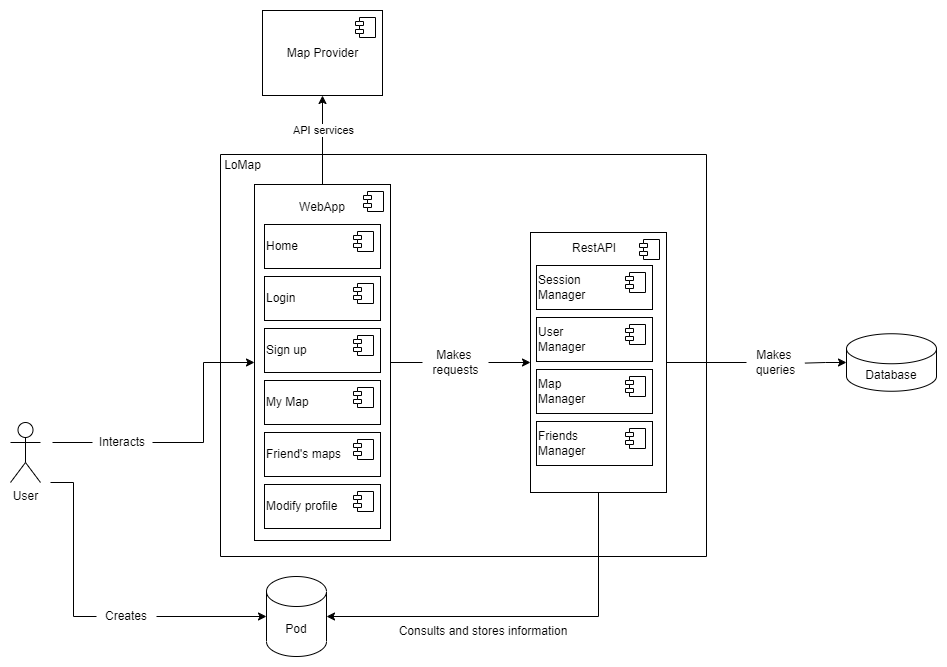
Arquisoft/lomap_es2c keeps this draw.io diagram as docs/images/05_Level_3.png. Above is the earlier version. Source tidied: cells renumbered, new cells last; positions are measured from the earlier drawing's top-left corner, leaving out a move shared by most shapes.
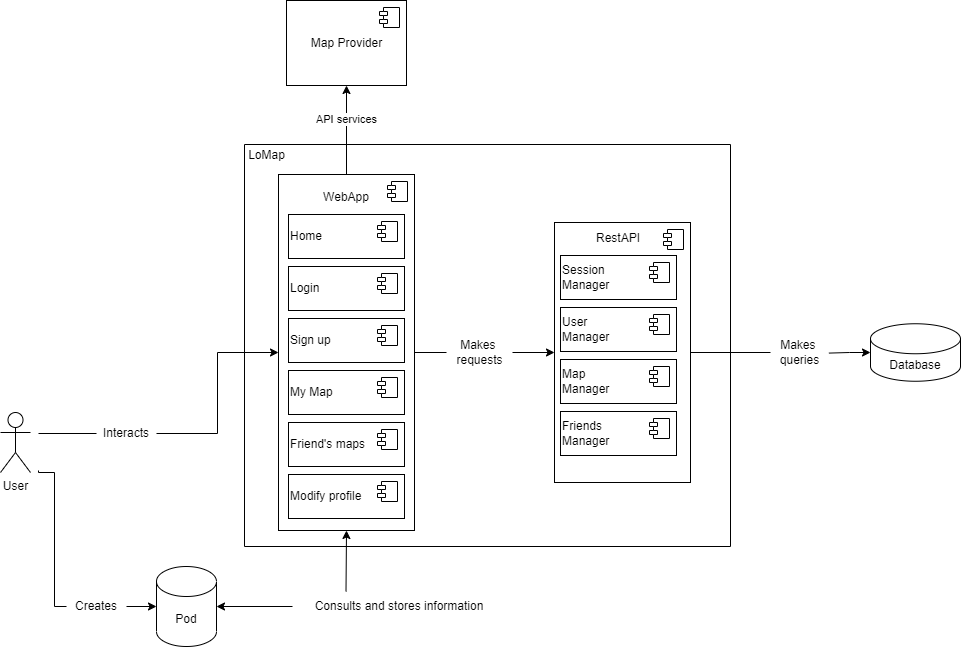
After the commit.

Change to the diagram source:
```diff
@@ -3,7 +3,7 @@
     <mxCell id="0" />
     <mxCell id="1" parent="0" />
     <mxCell id="2" value="Pod" style="shape=cylinder3;whiteSpace=wrap;html=1;boundedLbl=1;backgroundOutline=1;size=15;" parent="1" vertex="1">
-      <mxGeometry x="256" y="566" width="60" height="80" as="geometry" />
+      <mxGeometry x="122" y="566" width="60" height="80" as="geometry" />
     </mxCell>
     <mxCell id="3" style="edgeStyle=orthogonalEdgeStyle;rounded=0;jettySize=auto;html=1;startArrow=none;" parent="1" edge="1" source="44" target="9">
       <mxGeometry relative="1" as="geometry" />
@@ -12,7 +12,7 @@
       <mxGeometry relative="1" as="geometry" />
     </mxCell>
     <mxCell id="5" value="User" style="shape=umlActor;verticalLabelPosition=bottom;verticalAlign=top;html=1;" parent="1" vertex="1">
-      <mxGeometry y="412" width="30" height="60" as="geometry" />
+      <mxGeometry x="-34" y="412" width="30" height="60" as="geometry" />
     </mxCell>
     <mxCell id="6" style="swimlane;startSize=0;" parent="1" vertex="1">
       <mxGeometry x="210" y="144" width="486" height="402" as="geometry" />
@@ -155,25 +155,29 @@
     </mxCell>
     <mxCell id="43" style="edgeStyle=orthogonalEdgeStyle;rounded=0;jettySize=auto;html=1;endArrow=none;" parent="1" edge="1" target="44">
       <mxGeometry relative="1" as="geometry">
-        <mxPoint x="42" y="432" as="sourcePoint" />
+        <mxPoint x="4" y="433" as="sourcePoint" />
       </mxGeometry>
     </mxCell>
     <mxCell id="44" value="Interacts" style="text;html=1;strokeColor=none;fillColor=none;align=center;verticalAlign=middle;whiteSpace=wrap;rounded=0;" parent="1" vertex="1">
-      <mxGeometry x="82" y="417" width="60" height="30" as="geometry" />
+      <mxGeometry x="62" y="418" width="60" height="30" as="geometry" />
     </mxCell>
     <mxCell id="45" style="edgeStyle=orthogonalEdgeStyle;rounded=0;jettySize=auto;html=1;entryX=0;entryY=0.5;entryDx=0;entryDy=0;entryPerimeter=0;endArrow=none;" parent="1" edge="1" target="46">
       <mxGeometry relative="1" as="geometry">
-        <mxPoint x="40" y="472" as="sourcePoint" />
+        <mxPoint x="4" y="470" as="sourcePoint" />
+        <Array as="points">
+          <mxPoint x="20" y="472" />
+          <mxPoint x="20" y="606" />
+        </Array>
       </mxGeometry>
     </mxCell>
     <mxCell id="46" value="Creates" style="text;html=1;strokeColor=none;fillColor=none;align=center;verticalAlign=middle;whiteSpace=wrap;rounded=0;" parent="1" vertex="1">
-      <mxGeometry x="86" y="591" width="60" height="30" as="geometry" />
+      <mxGeometry x="32" y="591" width="60" height="30" as="geometry" />
     </mxCell>
-    <mxCell id="47" style="edgeStyle=orthogonalEdgeStyle;rounded=0;jettySize=auto;html=1;exitX=0.5;exitY=1;exitDx=0;exitDy=0;entryX=1;entryY=0.5;entryDx=0;entryDy=0;entryPerimeter=0;" parent="1" edge="1" source="24" target="2">
+    <mxCell id="47" style="edgeStyle=orthogonalEdgeStyle;rounded=0;jettySize=auto;html=1;exitX=0;exitY=0.5;exitDx=0;exitDy=0;entryX=1;entryY=0.5;entryDx=0;entryDy=0;entryPerimeter=0;" parent="1" edge="1" source="48" target="2">
       <mxGeometry relative="1" as="geometry" />
     </mxCell>
     <mxCell id="48" value="Consults and stores information" style="text;html=1;strokeColor=none;fillColor=none;align=center;verticalAlign=middle;whiteSpace=wrap;rounded=0;" parent="1" vertex="1">
-      <mxGeometry x="366" y="606" width="214" height="30" as="geometry" />
+      <mxGeometry x="258" y="591" width="214" height="30" as="geometry" />
     </mxCell>
     <mxCell id="49" value="Makes&amp;nbsp;&lt;br&gt;queries" style="text;html=1;align=center;verticalAlign=middle;points=[];strokeColor=none;fillColor=none;" parent="1" vertex="1">
       <mxGeometry x="736" y="331" width="58" height="42" as="geometry" />
@@ -181,5 +185,8 @@
     <mxCell id="50" style="edgeStyle=orthogonalEdgeStyle;rounded=0;jettySize=auto;html=1;exitX=1;exitY=0.5;exitDx=0;exitDy=0;endArrow=none;endFill=0;" parent="1" edge="1" source="24" target="49">
       <mxGeometry relative="1" as="geometry" />
     </mxCell>
+    <mxCell id="51" style="endArrow=classic;html=1;rounded=0;fontSize=14;fontColor=#FFFFFF;fillColor=#81C784;entryX=0.5;entryY=1;entryDx=0;entryDy=0;exitX=0.25;exitY=0;exitDx=0;exitDy=0;" parent="1" edge="1" source="48" target="9">
+      <mxGeometry relative="1" as="geometry" />
+    </mxCell>
   </root>
 </mxGraphModel>
```
